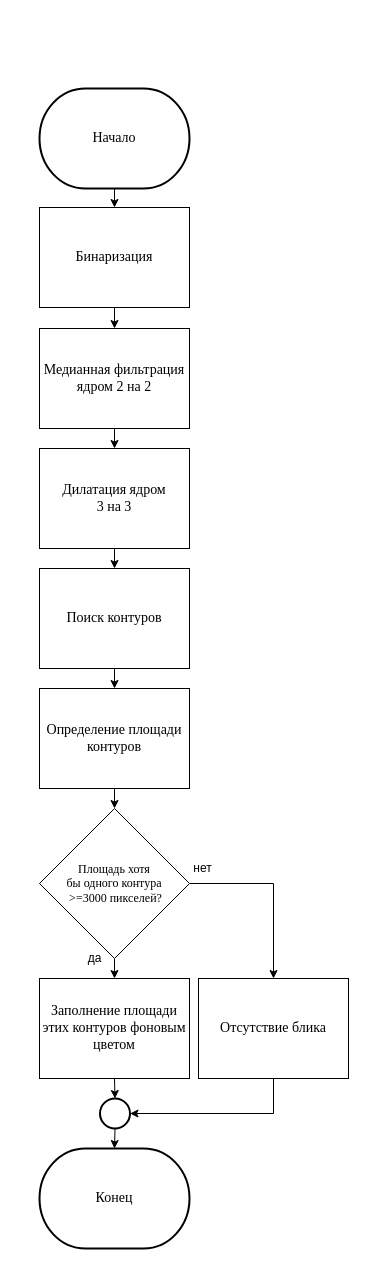
Above: page "А2 Удаление световых бликов" (2 of 7) of Flowcharts/Алгоритмы работы ИС.drawio in KanVull/Recognistion (draw.io), before the change. Source tidied: cells renumbered, new cells numbered last; positions are measured from the earlier drawing's top-left corner, leaving out a move shared by most shapes. Both pictures are drawn from the tidied source at 100%, with x=0, y=0 at pixel (39, 88).
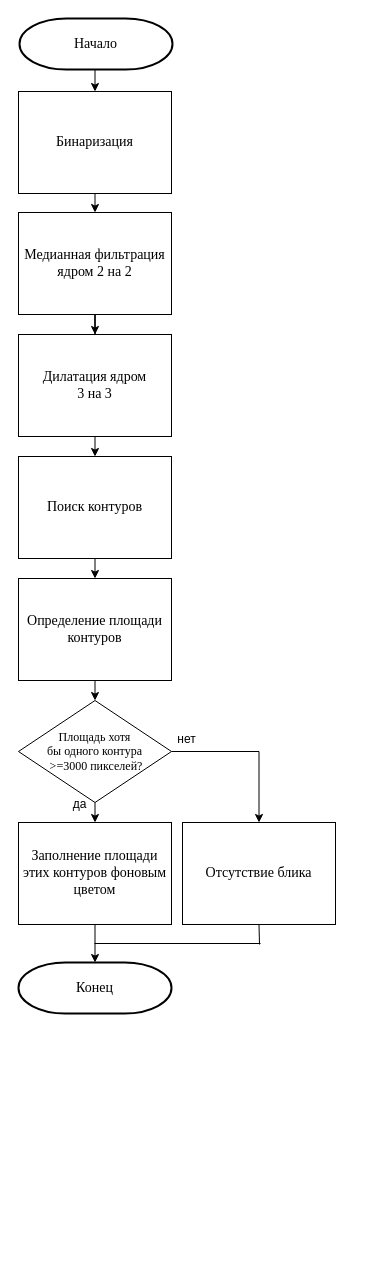
After the change.

The edit, as a diff of the source:
```diff
@@
     <mxCell id="3" value="&lt;font face=&quot;Times New Roman&quot; style=&quot;font-size: 14px&quot;&gt;Начало&lt;/font&gt;" style="strokeWidth=2;html=1;shape=mxgraph.flowchart.terminator;whiteSpace=wrap;" parent="1" vertex="1">
-      <mxGeometry width="150" height="100" as="geometry" />
+      <mxGeometry x="-20" y="-70" width="153" height="51" as="geometry" />
     </mxCell>
@@
     <mxCell id="5" value="&lt;font style=&quot;font-size: 14px&quot; face=&quot;Times New Roman&quot;&gt;Бинаризация&lt;/font&gt;" style="rounded=0;whiteSpace=wrap;html=1;" parent="1" vertex="1">
-      <mxGeometry y="119" width="150" height="100" as="geometry" />
+      <mxGeometry x="-21" y="3" width="153" height="102" as="geometry" />
     </mxCell>
-    <mxCell id="6" style="edgeStyle=none;rounded=0;jettySize=auto;html=1;exitX=0.5;exitY=1;exitDx=0;exitDy=0;entryX=0.5;entryY=0;entryDx=0;entryDy=0;" parent="1" edge="1" source="7" target="10">
+    <mxCell id="6" style="edgeStyle=orthogonalEdgeStyle;rounded=0;jettySize=auto;html=1;entryX=0.5;entryY=0;entryDx=0;entryDy=0;" parent="1" edge="1" source="7" target="10">
       <mxGeometry relative="1" as="geometry" />
     </mxCell>
-    <mxCell id="7" value="&lt;font face=&quot;Times New Roman&quot;&gt;&lt;span style=&quot;font-size: 14px&quot;&gt;Медианная фильтрация ядром 2 на 2&lt;/span&gt;&lt;/font&gt;" style="rounded=0;whiteSpace=wrap;html=1;" parent="1" vertex="1">
-      <mxGeometry y="240" width="150" height="100" as="geometry" />
+    <mxCell id="7" value="&lt;font face=&quot;Times New Roman&quot;&gt;&lt;span style=&quot;font-size: 14px&quot;&gt;Медианная фильтрация ядром&amp;nbsp;2 на 2&lt;/span&gt;&lt;/font&gt;" style="rounded=0;whiteSpace=wrap;html=1;" parent="1" vertex="1">
+      <mxGeometry x="-21" y="124" width="153" height="102" as="geometry" />
     </mxCell>
-    <mxCell id="8" value="&lt;font face=&quot;Times New Roman&quot;&gt;&lt;span style=&quot;font-size: 14px&quot;&gt;Конец&lt;/span&gt;&lt;/font&gt;" style="strokeWidth=2;html=1;shape=mxgraph.flowchart.terminator;whiteSpace=wrap;" parent="1" vertex="1">
-      <mxGeometry y="1060" width="150" height="100" as="geometry" />
-    </mxCell>
@@
     <mxCell id="10" value="&lt;font face=&quot;Times New Roman&quot;&gt;&lt;span style=&quot;font-size: 14px&quot;&gt;Дилатация ядром &lt;br&gt;3 на 3&lt;/span&gt;&lt;/font&gt;" style="rounded=0;whiteSpace=wrap;html=1;" parent="1" vertex="1">
-      <mxGeometry y="360" width="150" height="100" as="geometry" />
+      <mxGeometry x="-21" y="246" width="153" height="102" as="geometry" />
     </mxCell>
-    <mxCell id="11" style="edgeStyle=none;rounded=0;jettySize=auto;html=1;exitX=0.5;exitY=1;exitDx=0;exitDy=0;entryX=0.5;entryY=0;entryDx=0;entryDy=0;" parent="1" edge="1" source="12" target="14">
+    <mxCell id="11" style="edgeStyle=orthogonalEdgeStyle;rounded=0;jettySize=auto;html=1;exitX=0.5;exitY=1;exitDx=0;exitDy=0;entryX=0.5;entryY=0;entryDx=0;entryDy=0;" parent="1" edge="1" source="12" target="14">
       <mxGeometry relative="1" as="geometry" />
     </mxCell>
     <mxCell id="12" value="&lt;font face=&quot;Times New Roman&quot;&gt;&lt;span style=&quot;font-size: 14px&quot;&gt;Поиск контуров&lt;/span&gt;&lt;/font&gt;" style="rounded=0;whiteSpace=wrap;html=1;" parent="1" vertex="1">
-      <mxGeometry y="480" width="150" height="100" as="geometry" />
+      <mxGeometry x="-21" y="368" width="153" height="102" as="geometry" />
     </mxCell>
+    <mxCell id="8" value="&lt;font face=&quot;Times New Roman&quot;&gt;&lt;span style=&quot;font-size: 14px&quot;&gt;Конец&lt;/span&gt;&lt;/font&gt;" style="strokeWidth=2;html=1;shape=mxgraph.flowchart.terminator;whiteSpace=wrap;" parent="1" vertex="1">
+      <mxGeometry x="-21" y="874" width="153" height="51" as="geometry" />
+    </mxCell>
@@
     <mxCell id="14" value="&lt;font face=&quot;Times New Roman&quot;&gt;&lt;span style=&quot;font-size: 14px&quot;&gt;Определение площади контуров&lt;/span&gt;&lt;/font&gt;" style="rounded=0;whiteSpace=wrap;html=1;" parent="1" vertex="1">
-      <mxGeometry y="600" width="150" height="100" as="geometry" />
+      <mxGeometry x="-21" y="490" width="153" height="102" as="geometry" />
     </mxCell>
@@
     <mxCell id="17" value="&lt;font face=&quot;Times New Roman&quot;&gt;Площадь хотя &lt;br&gt;бы одного контура&lt;br&gt;&amp;nbsp;&amp;gt;=3000 пикселей?&lt;/font&gt;" style="rhombus;whiteSpace=wrap;html=1;" parent="1" vertex="1">
-      <mxGeometry y="720" width="150" height="150" as="geometry" />
+      <mxGeometry x="-21" y="612" width="153" height="102" as="geometry" />
     </mxCell>
-    <mxCell id="18" style="edgeStyle=orthogonalEdgeStyle;rounded=0;jettySize=auto;html=1;exitX=0.5;exitY=1;exitDx=0;exitDy=0;entryX=0.5;entryY=0;entryDx=0;entryDy=0;entryPerimeter=0;" parent="1" edge="1" source="19" target="25">
-      <mxGeometry relative="1" as="geometry" />
-    </mxCell>
     <mxCell id="19" value="&lt;font face=&quot;Times New Roman&quot;&gt;&lt;span style=&quot;font-size: 14px&quot;&gt;Заполнение площади этих контуров фоновым цветом&lt;/span&gt;&lt;/font&gt;" style="rounded=0;whiteSpace=wrap;html=1;" parent="1" vertex="1">
-      <mxGeometry y="890" width="150" height="100" as="geometry" />
+      <mxGeometry x="-21" y="734" width="153" height="102" as="geometry" />
     </mxCell>
-    <mxCell id="20" style="edgeStyle=orthogonalEdgeStyle;rounded=0;jettySize=auto;html=1;exitX=0.5;exitY=1;exitDx=0;exitDy=0;entryX=1;entryY=0.5;entryDx=0;entryDy=0;entryPerimeter=0;" parent="1" edge="1" source="21" target="25">
-      <mxGeometry relative="1" as="geometry" />
-    </mxCell>
     <mxCell id="21" value="&lt;font face=&quot;Times New Roman&quot;&gt;&lt;span style=&quot;font-size: 14px&quot;&gt;Отсутствие блика&lt;/span&gt;&lt;/font&gt;" style="rounded=0;whiteSpace=wrap;html=1;" parent="1" vertex="1">
-      <mxGeometry x="159" y="890" width="150" height="100" as="geometry" />
+      <mxGeometry x="143" y="734" width="153" height="102" as="geometry" />
     </mxCell>
     <mxCell id="22" value="да" style="text;html=1;align=center;verticalAlign=middle;" parent="1" vertex="1">
-      <mxGeometry x="39.5" y="860" width="30" height="20" as="geometry" />
+      <mxGeometry x="25" y="706" width="30" height="20" as="geometry" />
     </mxCell>
     <mxCell id="23" value="нет" style="text;html=1;align=center;verticalAlign=middle;" parent="1" vertex="1">
-      <mxGeometry x="148" y="770" width="30" height="20" as="geometry" />
+      <mxGeometry x="132" y="641" width="30" height="20" as="geometry" />
     </mxCell>
-    <mxCell id="24" style="edgeStyle=orthogonalEdgeStyle;rounded=0;jettySize=auto;html=1;exitX=0.5;exitY=1;exitDx=0;exitDy=0;exitPerimeter=0;entryX=0.5;entryY=0;entryDx=0;entryDy=0;entryPerimeter=0;" parent="1" edge="1" source="25" target="8">
-      <mxGeometry relative="1" as="geometry" />
-    </mxCell>
-    <mxCell id="25" style="strokeWidth=2;html=1;shape=mxgraph.flowchart.start_2;whiteSpace=wrap;" parent="1" vertex="1">
-      <mxGeometry x="60.5" y="1010" width="30" height="30" as="geometry" />
-    </mxCell>
+    <mxCell id="26" style="edgeStyle=orthogonalEdgeStyle;rounded=0;jettySize=auto;html=1;exitX=0.5;exitY=1;exitDx=0;exitDy=0;entryX=0.5;entryY=0;entryDx=0;entryDy=0;entryPerimeter=0;" parent="1" edge="1" source="19" target="8">
+      <mxGeometry relative="1" as="geometry" />
+    </mxCell>
+    <mxCell id="27" style="endArrow=none;html=1;" parent="1" edge="1">
+      <mxGeometry relative="1" as="geometry">
+        <mxPoint x="55" y="855" as="sourcePoint" />
+        <mxPoint x="221" y="855" as="targetPoint" />
+      </mxGeometry>
+    </mxCell>
+    <mxCell id="28" style="endArrow=none;html=1;exitX=0.5;exitY=1;exitDx=0;exitDy=0;" parent="1" edge="1" source="21">
+      <mxGeometry relative="1" as="geometry">
+        <mxPoint x="220" y="856" as="targetPoint" />
+      </mxGeometry>
+    </mxCell>
```
